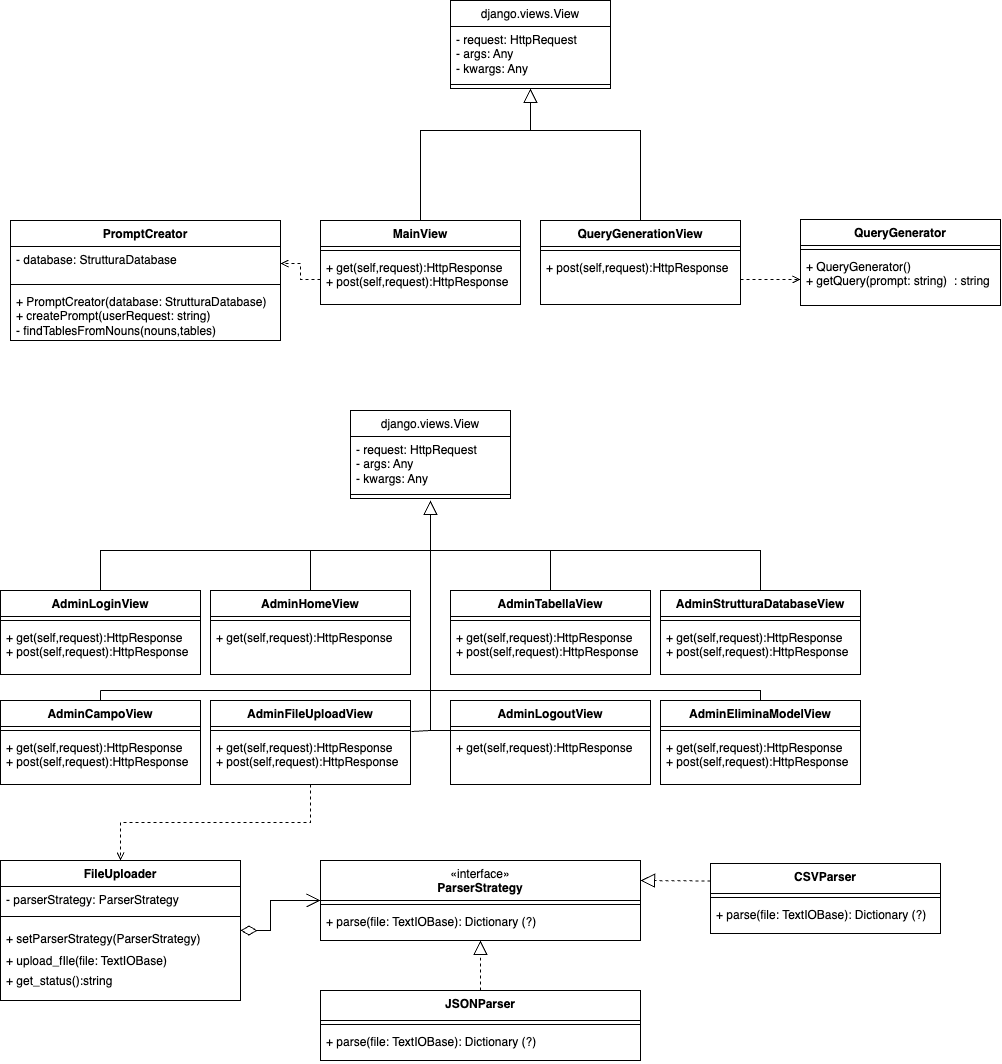
This is docs/src/assets/UML_classes/views.png from Jackpot-Coding/chatSQL, a draw.io export, as it was before one commit. Source tidied: cells renumbered, new cells last; positions are measured from the earlier drawing's top-left corner, leaving out a move shared by most shapes.
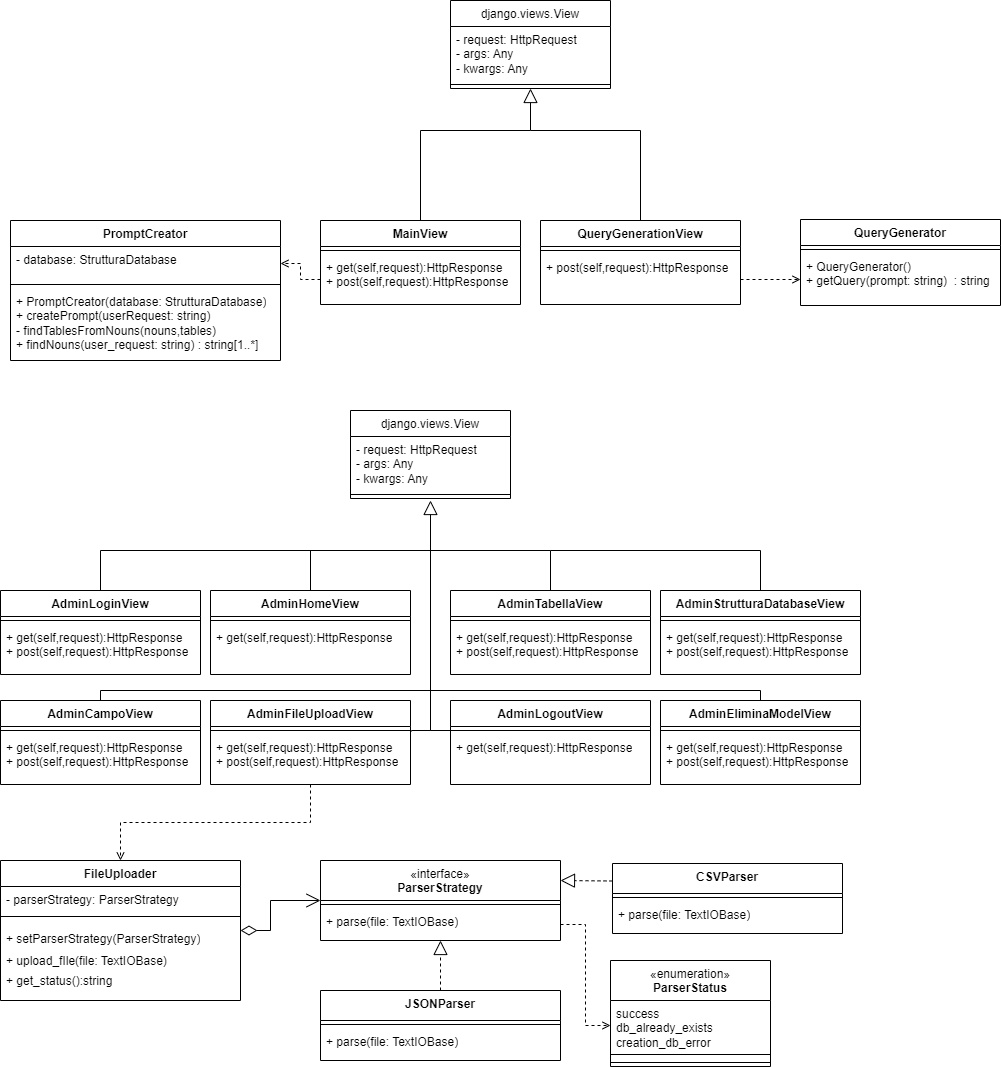
Above is the later version.

Diff of the diagram source:
```diff
@@ -130,7 +130,7 @@
       </mxGeometry>
     </mxCell>
     <mxCell id="33" value="PromptCreator" style="swimlane;fontStyle=1;align=center;verticalAlign=top;horizontal=1;startSize=26;whiteSpace=wrap;html=1;" parent="1" vertex="1">
-      <mxGeometry x="10" y="220" width="270" height="120" as="geometry" />
+      <mxGeometry x="10" y="220" width="270" height="140" as="geometry" />
     </mxCell>
     <mxCell id="34" value="&lt;div&gt;- database: StrutturaDatabase&lt;/div&gt;" style="text;strokeColor=none;fillColor=none;align=left;verticalAlign=top;spacingLeft=4;spacingRight=4;overflow=hidden;points=[[0,0.5],[1,0.5]];portConstraint=eastwest;whiteSpace=wrap;html=1;" parent="33" vertex="1">
       <mxGeometry y="26" width="270" height="34" as="geometry" />
@@ -138,8 +138,8 @@
     <mxCell id="35" style="line;strokeWidth=1;fillColor=none;align=left;verticalAlign=middle;spacingTop=-1;spacingLeft=3;spacingRight=3;labelPosition=right;strokeColor=inherit;" parent="33" vertex="1">
       <mxGeometry y="60" width="270" height="8" as="geometry" />
     </mxCell>
-    <mxCell id="36" value="&lt;div&gt;+ PromptCreator(database: StrutturaDatabase)&lt;br&gt;&lt;div&gt;+ createPrompt(userRequest: string)&lt;/div&gt;&lt;/div&gt;&lt;div&gt;-&amp;nbsp;findTablesFromNouns(nouns,tables)&lt;/div&gt;" style="text;strokeColor=none;fillColor=none;align=left;verticalAlign=top;spacingLeft=4;spacingRight=4;overflow=hidden;whiteSpace=wrap;html=1;" parent="33" vertex="1">
-      <mxGeometry y="68" width="270" height="52" as="geometry" />
+    <mxCell id="36" value="&lt;div&gt;+ PromptCreator(database: StrutturaDatabase)&lt;br&gt;&lt;div&gt;+ createPrompt(userRequest: string)&lt;/div&gt;&lt;/div&gt;&lt;div&gt;-&amp;nbsp;findTablesFromNouns(nouns,tables)&lt;/div&gt;&lt;div&gt;+ findNouns(user_request: string) : string[1..*]&lt;/div&gt;" style="text;strokeColor=none;fillColor=none;align=left;verticalAlign=top;spacingLeft=4;spacingRight=4;overflow=hidden;whiteSpace=wrap;html=1;" parent="33" vertex="1">
+      <mxGeometry y="68" width="270" height="72" as="geometry" />
     </mxCell>
     <mxCell id="37" value="FileUploader" style="swimlane;fontStyle=1;align=center;verticalAlign=top;horizontal=1;startSize=26;whiteSpace=wrap;html=1;" parent="1" vertex="1">
       <mxGeometry y="860" width="240" height="140" as="geometry" />
@@ -154,22 +154,22 @@
       <mxGeometry y="60" width="240" height="80" as="geometry" />
     </mxCell>
     <mxCell id="41" value="&lt;span style=&quot;font-weight: 400;&quot;&gt;«interface»&lt;/span&gt;&lt;br style=&quot;font-weight: 400;&quot;&gt;&lt;b&gt;ParserStrategy&lt;/b&gt;" style="swimlane;fontStyle=1;align=center;verticalAlign=top;horizontal=1;startSize=40;whiteSpace=wrap;html=1;" parent="1" vertex="1">
-      <mxGeometry x="320" y="860" width="320" height="80" as="geometry" />
+      <mxGeometry x="320" y="860" width="240" height="80" as="geometry" />
     </mxCell>
     <mxCell id="42" style="line;strokeWidth=1;fillColor=none;align=left;verticalAlign=middle;spacingTop=-1;spacingLeft=3;spacingRight=3;labelPosition=right;strokeColor=inherit;" parent="41" vertex="1">
-      <mxGeometry y="40" width="320" height="8" as="geometry" />
+      <mxGeometry y="40" width="240" height="8" as="geometry" />
     </mxCell>
-    <mxCell id="43" value="+ parse(file: TextIOBase): Dictionary (?)" style="text;strokeColor=none;fillColor=none;align=left;verticalAlign=top;spacingLeft=4;spacingRight=4;overflow=hidden;points=[[0,0.5],[1,0.5]];portConstraint=eastwest;whiteSpace=wrap;html=1;" parent="41" vertex="1">
-      <mxGeometry y="48" width="320" height="32" as="geometry" />
+    <mxCell id="43" value="+ parse(file: TextIOBase)" style="text;strokeColor=none;fillColor=none;align=left;verticalAlign=top;spacingLeft=4;spacingRight=4;overflow=hidden;points=[[0,0.5],[1,0.5]];portConstraint=eastwest;whiteSpace=wrap;html=1;" parent="41" vertex="1">
+      <mxGeometry y="48" width="240" height="32" as="geometry" />
     </mxCell>
     <mxCell id="44" value="&lt;b&gt;JSONParser&lt;/b&gt;" style="swimlane;fontStyle=1;align=center;verticalAlign=top;horizontal=1;startSize=30;whiteSpace=wrap;html=1;" parent="1" vertex="1">
-      <mxGeometry x="320" y="990" width="320" height="70" as="geometry" />
+      <mxGeometry x="320" y="990" width="240" height="70" as="geometry" />
     </mxCell>
     <mxCell id="45" style="line;strokeWidth=1;fillColor=none;align=left;verticalAlign=middle;spacingTop=-1;spacingLeft=3;spacingRight=3;labelPosition=right;strokeColor=inherit;" parent="44" vertex="1">
-      <mxGeometry y="30" width="320" height="8" as="geometry" />
+      <mxGeometry y="30" width="240" height="8" as="geometry" />
     </mxCell>
-    <mxCell id="46" value="+ parse(file: TextIOBase): Dictionary (?)" style="text;strokeColor=none;fillColor=none;align=left;verticalAlign=top;spacingLeft=4;spacingRight=4;overflow=hidden;whiteSpace=wrap;html=1;" parent="44" vertex="1">
-      <mxGeometry y="38" width="320" height="32" as="geometry" />
+    <mxCell id="46" value="+ parse(file: TextIOBase)" style="text;strokeColor=none;fillColor=none;align=left;verticalAlign=top;spacingLeft=4;spacingRight=4;overflow=hidden;whiteSpace=wrap;html=1;" parent="44" vertex="1">
+      <mxGeometry y="38" width="240" height="32" as="geometry" />
     </mxCell>
     <mxCell id="47" style="edgeStyle=none;html=1;endSize=12;endArrow=block;endFill=0;rounded=0;exitX=0.5;exitY=0;exitDx=0;exitDy=0;dashed=1;entryX=0.5;entryY=1;entryDx=0;entryDy=0;" parent="1" edge="1" source="44" target="41">
       <mxGeometry relative="1" as="geometry" />
@@ -267,16 +267,31 @@
       <mxGeometry relative="1" as="geometry" />
     </mxCell>
     <mxCell id="71" value="&lt;b&gt;CSVParser&lt;/b&gt;" style="swimlane;fontStyle=1;align=center;verticalAlign=top;horizontal=1;startSize=30;whiteSpace=wrap;html=1;" parent="1" vertex="1">
-      <mxGeometry x="710" y="863" width="230" height="70" as="geometry" />
+      <mxGeometry x="612" y="863" width="230" height="70" as="geometry" />
     </mxCell>
     <mxCell id="72" style="line;strokeWidth=1;fillColor=none;align=left;verticalAlign=middle;spacingTop=-1;spacingLeft=3;spacingRight=3;labelPosition=right;strokeColor=inherit;" parent="71" vertex="1">
       <mxGeometry y="30" width="230" height="8" as="geometry" />
     </mxCell>
-    <mxCell id="73" value="+ parse(file: TextIOBase): Dictionary (?)" style="text;strokeColor=none;fillColor=none;align=left;verticalAlign=top;spacingLeft=4;spacingRight=4;overflow=hidden;whiteSpace=wrap;html=1;" parent="71" vertex="1">
+    <mxCell id="73" value="+ parse(file: TextIOBase)" style="text;strokeColor=none;fillColor=none;align=left;verticalAlign=top;spacingLeft=4;spacingRight=4;overflow=hidden;whiteSpace=wrap;html=1;" parent="71" vertex="1">
       <mxGeometry y="38" width="230" height="32" as="geometry" />
     </mxCell>
     <mxCell id="74" style="edgeStyle=none;html=1;endSize=12;endArrow=block;endFill=0;rounded=0;dashed=1;entryX=1;entryY=0.25;entryDx=0;entryDy=0;exitX=0;exitY=0.25;exitDx=0;exitDy=0;" parent="1" edge="1" source="71" target="41">
       <mxGeometry relative="1" as="geometry" />
     </mxCell>
+    <mxCell id="75" value="&lt;span style=&quot;font-weight: 400;&quot;&gt;«enumeration&lt;/span&gt;&lt;span style=&quot;font-weight: 400; background-color: initial;&quot;&gt;»&lt;/span&gt;&lt;div style=&quot;&quot;&gt;ParserStatus&lt;/div&gt;&lt;div&gt;&lt;/div&gt;" style="swimlane;fontStyle=1;align=center;verticalAlign=top;horizontal=1;startSize=40;whiteSpace=wrap;html=1;" parent="1" vertex="1">
+      <mxGeometry x="610" y="960" width="160" height="106" as="geometry" />
+    </mxCell>
+    <mxCell id="76" value="&lt;div&gt;success&lt;/div&gt;&lt;div&gt;db_already_exists&lt;/div&gt;&lt;div&gt;creation_db_error&lt;/div&gt;" style="text;strokeColor=none;fillColor=none;align=left;verticalAlign=top;spacingLeft=4;spacingRight=4;overflow=hidden;points=[[0,0.5],[1,0.5]];portConstraint=eastwest;whiteSpace=wrap;html=1;" parent="75" vertex="1">
+      <mxGeometry y="40" width="160" height="50" as="geometry" />
+    </mxCell>
+    <mxCell id="77" style="line;strokeWidth=1;fillColor=none;align=left;verticalAlign=middle;spacingTop=-1;spacingLeft=3;spacingRight=3;labelPosition=right;strokeColor=inherit;" parent="75" vertex="1">
+      <mxGeometry y="90" width="160" height="8" as="geometry" />
+    </mxCell>
+    <mxCell id="78" style="line;strokeWidth=1;fillColor=none;align=left;verticalAlign=middle;spacingTop=-1;spacingLeft=3;spacingRight=3;labelPosition=right;strokeColor=inherit;" parent="75" vertex="1">
+      <mxGeometry y="98" width="160" height="8" as="geometry" />
+    </mxCell>
+    <mxCell id="79" style="edgeStyle=orthogonalEdgeStyle;rounded=0;jettySize=auto;html=1;exitX=1;exitY=0.5;exitDx=0;exitDy=0;entryX=0;entryY=0.5;entryDx=0;entryDy=0;dashed=1;endArrow=open;endFill=0;" parent="1" edge="1" source="43" target="76">
+      <mxGeometry relative="1" as="geometry" />
+    </mxCell>
   </root>
 </mxGraphModel>
```
